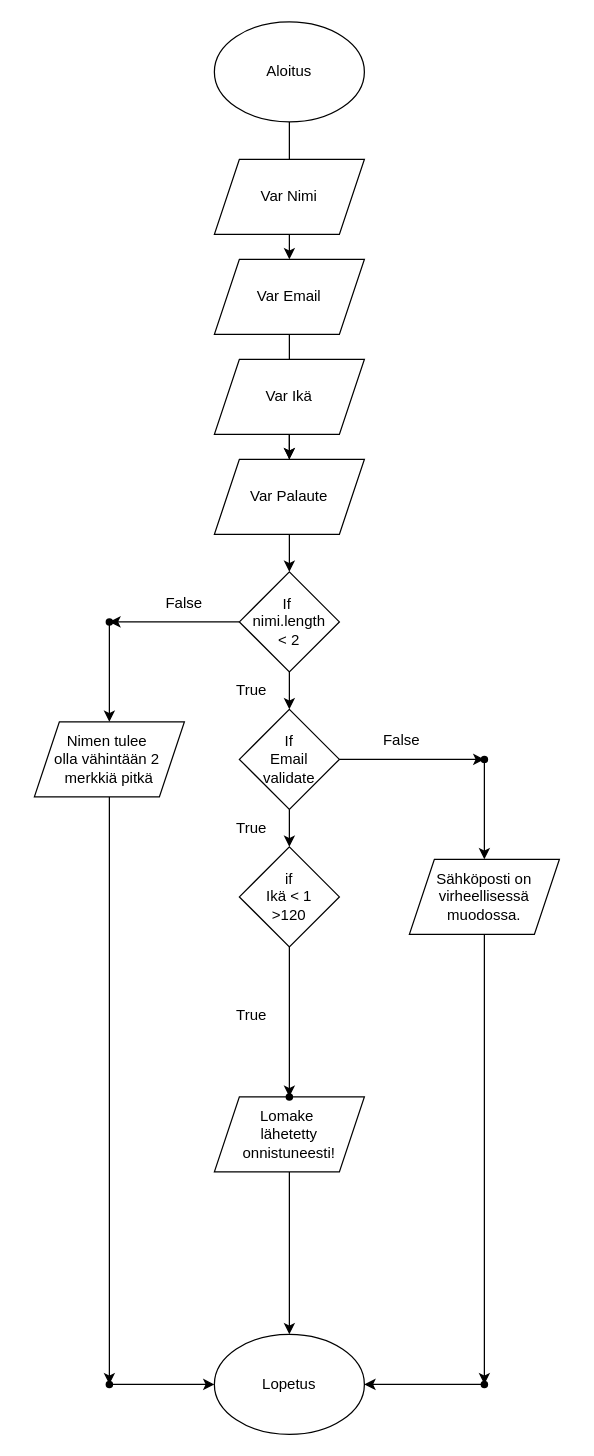
This is draw.io tehtävät/Nimetön kaavio.drawio from Juiso95/HTML-harjoituksia, a draw.io file, before an edit. Source tidied: cells renumbered, new cells numbered last; positions are measured from the earlier drawing's top-left corner, leaving out a move shared by most shapes. Both pictures are drawn from the tidied source at 125%, with x=0, y=0 at pixel (34, 21).
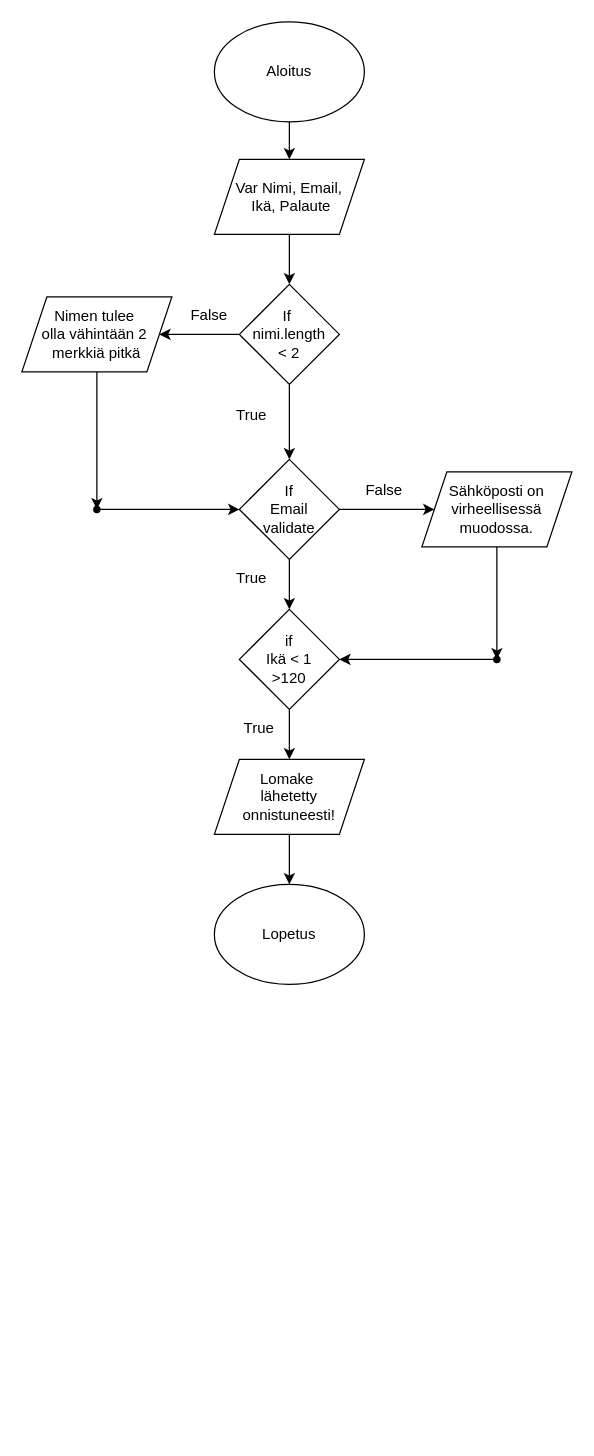
After the change.

Unchanged cells that the change refers to:
```xml
<mxCell id="3" value="Aloitus" style="ellipse;whiteSpace=wrap;html=1;" parent="1" vertex="1">
  <mxGeometry x="144" width="120" height="80" as="geometry" />
</mxCell>
```

What changed in the source:
```diff
@@
-    <mxCell id="2" style="edgeStyle=orthogonalEdgeStyle;rounded=0;jettySize=auto;html=1;" parent="1" edge="1" source="3" target="7">
-      <mxGeometry relative="1" as="geometry" />
-    </mxCell>
+    <mxCell id="40" style="edgeStyle=orthogonalEdgeStyle;rounded=0;jettySize=auto;html=1;" parent="1" edge="1" source="3" target="5">
+      <mxGeometry relative="1" as="geometry" />
+    </mxCell>
@@
     <mxCell id="4" value="Lopetus" style="ellipse;whiteSpace=wrap;html=1;" parent="1" vertex="1">
-      <mxGeometry x="144" y="1050" width="120" height="80" as="geometry" />
+      <mxGeometry x="144" y="690" width="120" height="80" as="geometry" />
     </mxCell>
+    <mxCell id="41" style="edgeStyle=orthogonalEdgeStyle;rounded=0;jettySize=auto;html=1;" parent="1" edge="1" source="5" target="14">
+      <mxGeometry relative="1" as="geometry" />
+    </mxCell>
-    <mxCell id="5" value="Var Nimi" style="shape=parallelogram;perimeter=parallelogramPerimeter;whiteSpace=wrap;html=1;fixedSize=1;" parent="1" vertex="1">
+    <mxCell id="5" value="Var Nimi, Email,&lt;div&gt;&amp;nbsp;Ikä, Palaute&lt;/div&gt;" style="shape=parallelogram;perimeter=parallelogramPerimeter;whiteSpace=wrap;html=1;fixedSize=1;" parent="1" vertex="1">
       <mxGeometry x="144" y="110" width="120" height="60" as="geometry" />
     </mxCell>
-    <mxCell id="6" style="edgeStyle=orthogonalEdgeStyle;rounded=0;jettySize=auto;html=1;" parent="1" edge="1" source="7" target="11">
-      <mxGeometry relative="1" as="geometry" />
-    </mxCell>
-    <mxCell id="7" value="Var Email" style="shape=parallelogram;perimeter=parallelogramPerimeter;whiteSpace=wrap;html=1;fixedSize=1;" parent="1" vertex="1">
-      <mxGeometry x="144" y="190" width="120" height="60" as="geometry" />
-    </mxCell>
-    <mxCell id="8" style="edgeStyle=orthogonalEdgeStyle;rounded=0;jettySize=auto;html=1;" parent="1" edge="1" source="9" target="11">
-      <mxGeometry relative="1" as="geometry" />
-    </mxCell>
-    <mxCell id="9" value="Var Ikä" style="shape=parallelogram;perimeter=parallelogramPerimeter;whiteSpace=wrap;html=1;fixedSize=1;" parent="1" vertex="1">
-      <mxGeometry x="144" y="270" width="120" height="60" as="geometry" />
-    </mxCell>
-    <mxCell id="10" style="edgeStyle=orthogonalEdgeStyle;rounded=0;jettySize=auto;html=1;" parent="1" edge="1" source="11" target="14">
-      <mxGeometry relative="1" as="geometry" />
-    </mxCell>
-    <mxCell id="11" value="Var Palaute" style="shape=parallelogram;perimeter=parallelogramPerimeter;whiteSpace=wrap;html=1;fixedSize=1;" parent="1" vertex="1">
-      <mxGeometry x="144" y="350" width="120" height="60" as="geometry" />
-    </mxCell>
@@
-    <mxCell id="13" style="edgeStyle=orthogonalEdgeStyle;rounded=0;jettySize=auto;html=1;" parent="1" edge="1" source="14" target="23">
-      <mxGeometry relative="1" as="geometry" />
-    </mxCell>
+    <mxCell id="42" style="edgeStyle=orthogonalEdgeStyle;rounded=0;jettySize=auto;html=1;" parent="1" edge="1" source="14" target="21">
+      <mxGeometry relative="1" as="geometry" />
+    </mxCell>
     <mxCell id="14" value="If&amp;nbsp;&lt;div&gt;nimi.length&lt;/div&gt;&lt;div&gt;&amp;lt; 2&lt;/div&gt;" style="rhombus;whiteSpace=wrap;html=1;" parent="1" vertex="1">
-      <mxGeometry x="164" y="440" width="80" height="80" as="geometry" />
+      <mxGeometry x="164" y="210" width="80" height="80" as="geometry" />
     </mxCell>
@@
-    <mxCell id="16" style="edgeStyle=orthogonalEdgeStyle;rounded=0;jettySize=auto;html=1;" parent="1" edge="1" source="17" target="27">
-      <mxGeometry relative="1" as="geometry" />
-    </mxCell>
+    <mxCell id="43" style="edgeStyle=orthogonalEdgeStyle;rounded=0;jettySize=auto;html=1;" parent="1" edge="1" source="17" target="36">
+      <mxGeometry relative="1" as="geometry" />
+    </mxCell>
     <mxCell id="17" value="If&lt;div&gt;Email&lt;/div&gt;&lt;div&gt;validate&lt;/div&gt;" style="rhombus;whiteSpace=wrap;html=1;" parent="1" vertex="1">
-      <mxGeometry x="164" y="550" width="80" height="80" as="geometry" />
+      <mxGeometry x="164" y="350" width="80" height="80" as="geometry" />
     </mxCell>
-    <mxCell id="18" style="edgeStyle=orthogonalEdgeStyle;rounded=0;jettySize=auto;html=1;" parent="1" edge="1" source="19" target="34">
-      <mxGeometry relative="1" as="geometry" />
-    </mxCell>
+    <mxCell id="44" style="edgeStyle=orthogonalEdgeStyle;rounded=0;jettySize=auto;html=1;" parent="1" edge="1" source="19" target="33">
+      <mxGeometry relative="1" as="geometry" />
+    </mxCell>
     <mxCell id="19" value="if&lt;div&gt;Ikä &amp;lt; 1&lt;/div&gt;&lt;div&gt;&amp;gt;120&lt;/div&gt;" style="rhombus;whiteSpace=wrap;html=1;" parent="1" vertex="1">
-      <mxGeometry x="164" y="660" width="80" height="80" as="geometry" />
+      <mxGeometry x="164" y="470" width="80" height="80" as="geometry" />
     </mxCell>
-    <mxCell id="20" style="edgeStyle=orthogonalEdgeStyle;rounded=0;jettySize=auto;html=1;" parent="1" edge="1" source="21" target="25">
-      <mxGeometry relative="1" as="geometry" />
-    </mxCell>
+    <mxCell id="45" style="edgeStyle=orthogonalEdgeStyle;rounded=0;jettySize=auto;html=1;" parent="1" edge="1" source="21" target="49">
+      <mxGeometry relative="1" as="geometry" />
+    </mxCell>
     <mxCell id="21" value="Nimen tulee&amp;nbsp;&lt;div&gt;olla vähintään 2&amp;nbsp;&lt;div&gt;merkkiä pitkä&lt;/div&gt;&lt;/div&gt;" style="shape=parallelogram;perimeter=parallelogramPerimeter;whiteSpace=wrap;html=1;fixedSize=1;" parent="1" vertex="1">
-      <mxGeometry y="560" width="120" height="60" as="geometry" />
+      <mxGeometry x="-10" y="220" width="120" height="60" as="geometry" />
     </mxCell>
-    <mxCell id="22" style="edgeStyle=orthogonalEdgeStyle;rounded=0;jettySize=auto;html=1;" parent="1" edge="1" source="23" target="21">
-      <mxGeometry relative="1" as="geometry" />
-    </mxCell>
-    <mxCell id="23" style="shape=waypoint;sketch=0;size=6;points=[];fillColor=default;perimeter=centerPerimeter;snapToPoint=1;" parent="1" vertex="1">
-      <mxGeometry x="50" y="470" width="20" height="20" as="geometry" />
-    </mxCell>
-    <mxCell id="24" style="edgeStyle=orthogonalEdgeStyle;rounded=0;jettySize=auto;html=1;" parent="1" edge="1" source="25" target="4">
-      <mxGeometry relative="1" as="geometry" />
-    </mxCell>
-    <mxCell id="25" style="shape=waypoint;sketch=0;size=6;points=[];fillColor=default;perimeter=centerPerimeter;snapToPoint=1;" parent="1" vertex="1">
-      <mxGeometry x="50" y="1080" width="20" height="20" as="geometry" />
-    </mxCell>
-    <mxCell id="26" style="edgeStyle=orthogonalEdgeStyle;rounded=0;jettySize=auto;html=1;" parent="1" edge="1" source="27" target="36">
-      <mxGeometry relative="1" as="geometry" />
-    </mxCell>
-    <mxCell id="27" style="shape=waypoint;sketch=0;size=6;points=[];fillColor=default;perimeter=centerPerimeter;snapToPoint=1;" parent="1" vertex="1">
-      <mxGeometry x="350" y="580" width="20" height="20" as="geometry" />
-    </mxCell>
     <mxCell id="28" value="False" style="text;html=1;align=center;verticalAlign=middle;whiteSpace=wrap;rounded=0;" parent="1" vertex="1">
-      <mxGeometry x="90" y="450" width="60" height="30" as="geometry" />
+      <mxGeometry x="110" y="220" width="60" height="30" as="geometry" />
     </mxCell>
     <mxCell id="29" value="True" style="text;html=1;align=center;verticalAlign=middle;whiteSpace=wrap;rounded=0;" parent="1" vertex="1">
-      <mxGeometry x="144" y="520" width="60" height="30" as="geometry" />
+      <mxGeometry x="144" y="300" width="60" height="30" as="geometry" />
     </mxCell>
     <mxCell id="30" value="True" style="text;html=1;align=center;verticalAlign=middle;whiteSpace=wrap;rounded=0;" parent="1" vertex="1">
-      <mxGeometry x="144" y="630" width="60" height="30" as="geometry" />
+      <mxGeometry x="144" y="430" width="60" height="30" as="geometry" />
     </mxCell>
     <mxCell id="31" value="True" style="text;html=1;align=center;verticalAlign=middle;whiteSpace=wrap;rounded=0;" parent="1" vertex="1">
-      <mxGeometry x="144" y="780" width="60" height="30" as="geometry" />
+      <mxGeometry x="150" y="550" width="60" height="30" as="geometry" />
     </mxCell>
-    <mxCell id="32" style="edgeStyle=orthogonalEdgeStyle;rounded=0;jettySize=auto;html=1;" parent="1" edge="1" source="33">
-      <mxGeometry relative="1" as="geometry">
-        <mxPoint x="204" y="1050" as="targetPoint" />
-      </mxGeometry>
-    </mxCell>
+    <mxCell id="46" style="edgeStyle=orthogonalEdgeStyle;rounded=0;jettySize=auto;html=1;" parent="1" edge="1" source="33" target="4">
+      <mxGeometry relative="1" as="geometry" />
+    </mxCell>
     <mxCell id="33" value="Lomake&amp;nbsp;&lt;div&gt;lähetetty onnistuneesti!&lt;/div&gt;" style="shape=parallelogram;perimeter=parallelogramPerimeter;whiteSpace=wrap;html=1;fixedSize=1;" parent="1" vertex="1">
-      <mxGeometry x="144" y="860" width="120" height="60" as="geometry" />
+      <mxGeometry x="144" y="590" width="120" height="60" as="geometry" />
     </mxCell>
-    <mxCell id="34" style="shape=waypoint;sketch=0;size=6;points=[];fillColor=default;perimeter=centerPerimeter;snapToPoint=1;" parent="1" vertex="1">
-      <mxGeometry x="194" y="850" width="20" height="20" as="geometry" />
-    </mxCell>
-    <mxCell id="35" style="edgeStyle=orthogonalEdgeStyle;rounded=0;jettySize=auto;html=1;" parent="1" edge="1" source="36" target="38">
-      <mxGeometry relative="1" as="geometry" />
-    </mxCell>
+    <mxCell id="47" style="edgeStyle=orthogonalEdgeStyle;rounded=0;jettySize=auto;html=1;" parent="1" edge="1" source="36" target="51">
+      <mxGeometry relative="1" as="geometry" />
+    </mxCell>
     <mxCell id="36" value="Sähköposti on virheellisessä muodossa." style="shape=parallelogram;perimeter=parallelogramPerimeter;whiteSpace=wrap;html=1;fixedSize=1;" parent="1" vertex="1">
-      <mxGeometry x="300" y="670" width="120" height="60" as="geometry" />
+      <mxGeometry x="310" y="360" width="120" height="60" as="geometry" />
     </mxCell>
-    <mxCell id="37" style="edgeStyle=orthogonalEdgeStyle;rounded=0;jettySize=auto;html=1;" parent="1" edge="1" source="38" target="4">
-      <mxGeometry relative="1" as="geometry" />
-    </mxCell>
-    <mxCell id="38" style="shape=waypoint;sketch=0;size=6;points=[];fillColor=default;perimeter=centerPerimeter;snapToPoint=1;" parent="1" vertex="1">
-      <mxGeometry x="350" y="1080" width="20" height="20" as="geometry" />
-    </mxCell>
     <mxCell id="39" value="False" style="text;html=1;align=center;verticalAlign=middle;whiteSpace=wrap;rounded=0;" parent="1" vertex="1">
-      <mxGeometry x="264" y="560" width="60" height="30" as="geometry" />
+      <mxGeometry x="250" y="360" width="60" height="30" as="geometry" />
     </mxCell>
+    <mxCell id="48" style="edgeStyle=orthogonalEdgeStyle;rounded=0;jettySize=auto;html=1;" parent="1" edge="1" source="49" target="17">
+      <mxGeometry relative="1" as="geometry" />
+    </mxCell>
+    <mxCell id="49" style="shape=waypoint;sketch=0;size=6;points=[];fillColor=default;perimeter=centerPerimeter;snapToPoint=1;" parent="1" vertex="1">
+      <mxGeometry x="40" y="380" width="20" height="20" as="geometry" />
+    </mxCell>
+    <mxCell id="50" style="edgeStyle=orthogonalEdgeStyle;rounded=0;jettySize=auto;html=1;" parent="1" edge="1" source="51" target="19">
+      <mxGeometry relative="1" as="geometry" />
+    </mxCell>
+    <mxCell id="51" style="shape=waypoint;sketch=0;size=6;points=[];fillColor=default;perimeter=centerPerimeter;snapToPoint=1;" parent="1" vertex="1">
+      <mxGeometry x="360" y="500" width="20" height="20" as="geometry" />
+    </mxCell>
+    <mxCell id="52" style="edgeStyle=orthogonalEdgeStyle;rounded=0;orthogonalLoop=1;jettySize=auto;html=1;exitX=0.5;exitY=1;exitDx=0;exitDy=0;" parent="1" edge="1" source="31" target="31">
+      <mxGeometry relative="1" as="geometry" />
+    </mxCell>
```
